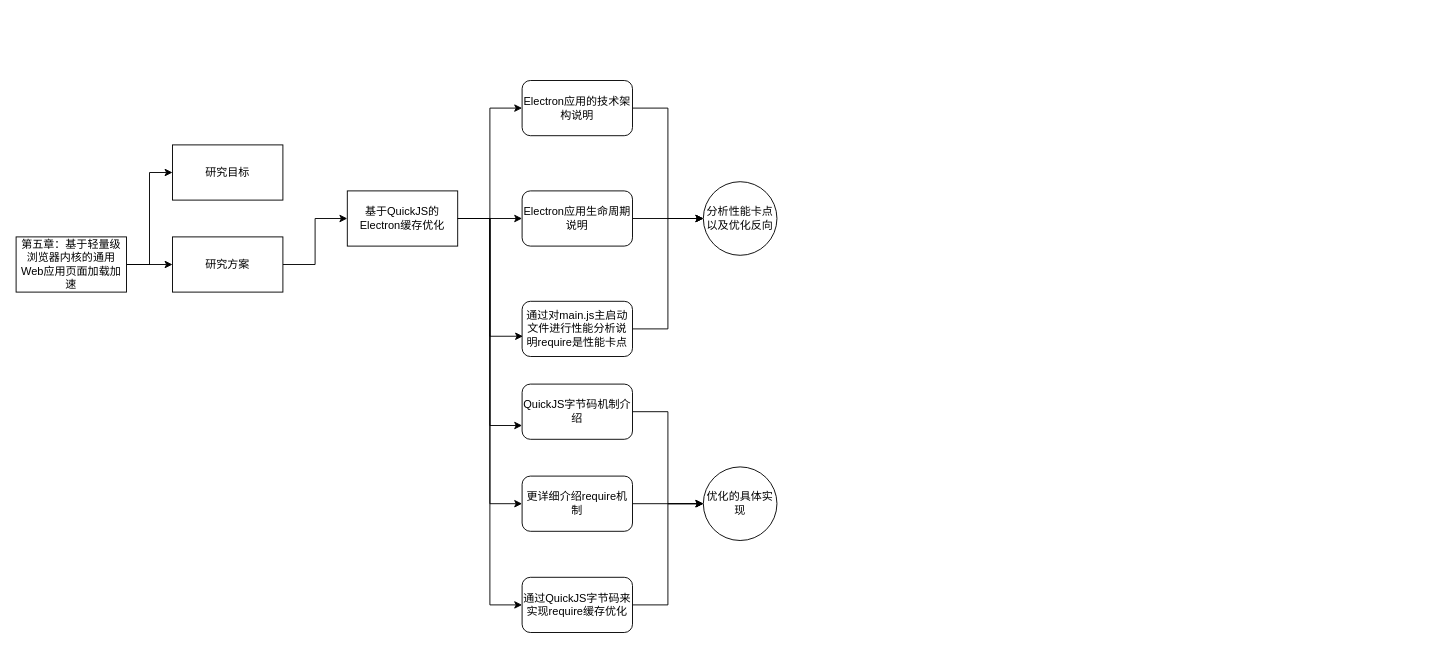
Before: 未命名绘图.drawio in yuhaishenedc/drawio, a draw.io diagram. Source tidied: cells renumbered, new cells numbered last; positions are measured from the earlier drawing's top-left corner, leaving out a move shared by most shapes. Both pictures are drawn from the tidied source at 92%, with x=0, y=0 at pixel (16, 80).
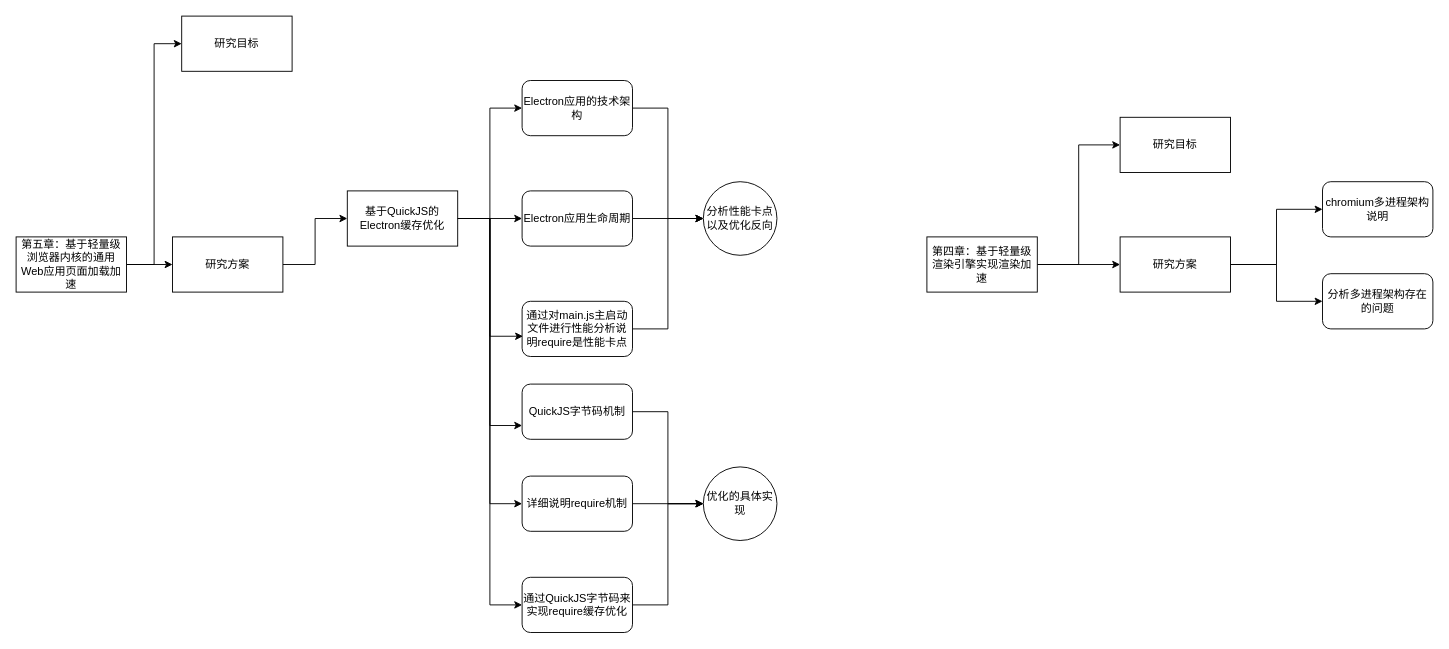
Above is the later version.

Commit message:
更新未命名绘图.drawio

Change to the diagram source:
```diff
@@
     <mxCell id="5" value="研究目标" style="rounded=0;whiteSpace=wrap;html=1;" parent="1" vertex="1">
-      <mxGeometry x="170" y="70" width="120" height="60" as="geometry" />
+      <mxGeometry x="180" y="-70" width="120" height="60" as="geometry" />
     </mxCell>
@@
-    <mxCell id="16" value="Electron应用的技术架构说明" style="rounded=1;whiteSpace=wrap;html=1;" parent="1" vertex="1">
+    <mxCell id="16" value="Electron应用的技术架构" style="rounded=1;whiteSpace=wrap;html=1;" parent="1" vertex="1">
       <mxGeometry x="550" width="120" height="60" as="geometry" />
     </mxCell>
@@
-    <mxCell id="18" value="Electron应用生命周期说明" style="rounded=1;whiteSpace=wrap;html=1;" parent="1" vertex="1">
+    <mxCell id="18" value="Electron应用生命周期" style="rounded=1;whiteSpace=wrap;html=1;" parent="1" vertex="1">
       <mxGeometry x="550" y="120" width="120" height="60" as="geometry" />
     </mxCell>
@@
-    <mxCell id="23" value="QuickJS字节码机制介绍" style="rounded=1;whiteSpace=wrap;html=1;" parent="1" vertex="1">
+    <mxCell id="23" value="QuickJS字节码机制" style="rounded=1;whiteSpace=wrap;html=1;" parent="1" vertex="1">
       <mxGeometry x="550" y="330" width="120" height="60" as="geometry" />
     </mxCell>
@@
-    <mxCell id="25" value="更详细介绍require机制" style="rounded=1;whiteSpace=wrap;html=1;" parent="1" vertex="1">
+    <mxCell id="25" value="详细说明require机制" style="rounded=1;whiteSpace=wrap;html=1;" parent="1" vertex="1">
       <mxGeometry x="550" y="430" width="120" height="60" as="geometry" />
     </mxCell>
@@
+    <mxCell id="29" style="edgeStyle=orthogonalEdgeStyle;rounded=0;jettySize=auto;html=1;entryX=0;entryY=0.5;entryDx=0;entryDy=0;" parent="1" edge="1" source="31" target="32">
+      <mxGeometry relative="1" as="geometry" />
+    </mxCell>
+    <mxCell id="30" style="edgeStyle=orthogonalEdgeStyle;rounded=0;jettySize=auto;html=1;" parent="1" edge="1" source="31" target="35">
+      <mxGeometry relative="1" as="geometry" />
+    </mxCell>
+    <mxCell id="31" value="第四章：基于轻量级渲染引擎实现渲染加速" style="rounded=0;whiteSpace=wrap;html=1;" parent="1" vertex="1">
+      <mxGeometry x="990" y="170" width="120" height="60" as="geometry" />
+    </mxCell>
+    <mxCell id="32" value="研究目标" style="rounded=0;whiteSpace=wrap;html=1;" parent="1" vertex="1">
+      <mxGeometry x="1200" y="40" width="120" height="60" as="geometry" />
+    </mxCell>
+    <mxCell id="33" style="edgeStyle=orthogonalEdgeStyle;rounded=0;jettySize=auto;html=1;entryX=0;entryY=0.5;entryDx=0;entryDy=0;" parent="1" edge="1" source="35" target="36">
+      <mxGeometry relative="1" as="geometry" />
+    </mxCell>
+    <mxCell id="34" style="edgeStyle=orthogonalEdgeStyle;rounded=0;jettySize=auto;html=1;" parent="1" edge="1" source="35" target="37">
+      <mxGeometry relative="1" as="geometry" />
+    </mxCell>
+    <mxCell id="35" value="研究方案" style="rounded=0;whiteSpace=wrap;html=1;" parent="1" vertex="1">
+      <mxGeometry x="1200" y="170" width="120" height="60" as="geometry" />
+    </mxCell>
+    <mxCell id="36" value="chromium多进程架构说明" style="rounded=1;whiteSpace=wrap;html=1;" parent="1" vertex="1">
+      <mxGeometry x="1420" y="110" width="120" height="60" as="geometry" />
+    </mxCell>
+    <mxCell id="37" value="分析多进程架构存在的问题" style="rounded=1;whiteSpace=wrap;html=1;" parent="1" vertex="1">
+      <mxGeometry x="1420" y="210" width="120" height="60" as="geometry" />
+    </mxCell>
```
